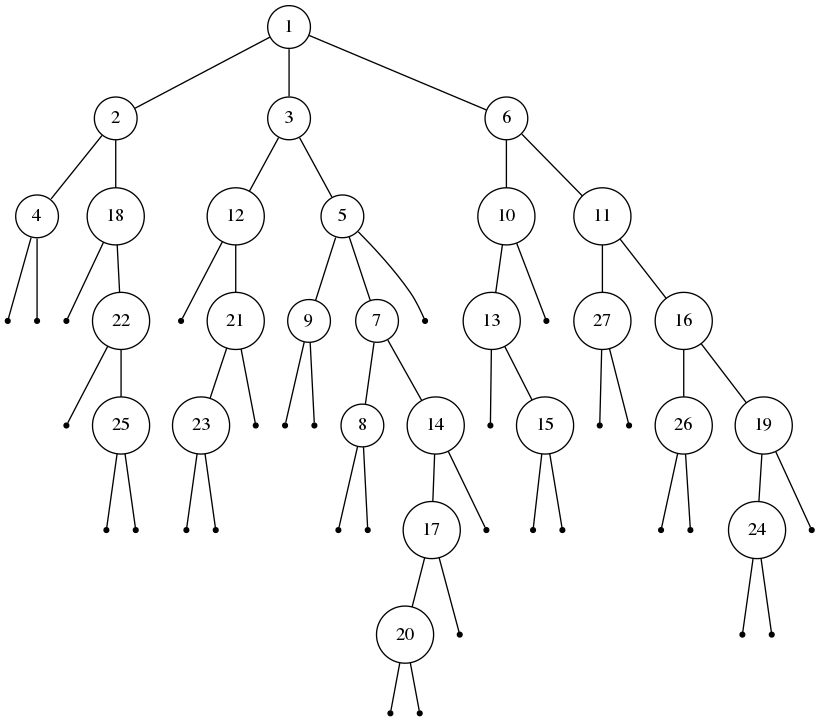
Earlier version of the Graphviz export tree/test7.png (Shaolans/Projet_AAGA). Its source is kept beside it as tree/test7.dot.
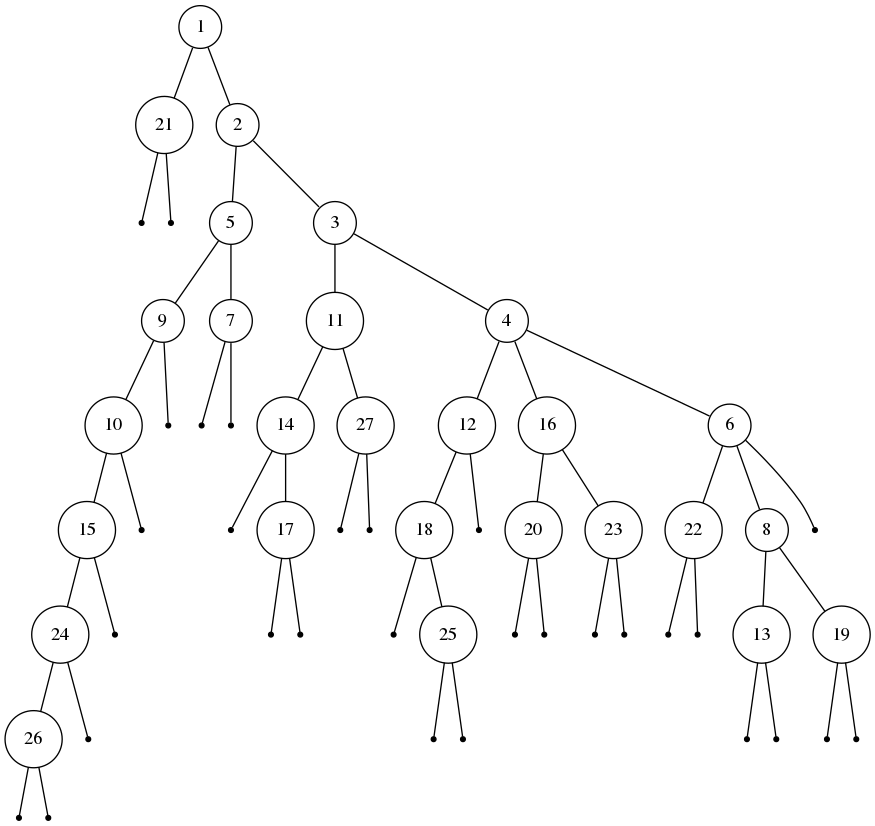
The same diagram one commit later.

Diff of the diagram source:
```diff
@@ -3,112 +3,112 @@
 treeimplementationSchroderTreeImpl7d4991ad [label="1", shape=circle, width=0.1];
 treeimplementationSchroderTreeImpl7d4991ad -> treeimplementationSchroderTreeImpl28d93b30;
 treeimplementationSchroderTreeImpl7d4991ad -> treeimplementationSchroderTreeImpl1b6d3586;
-treeimplementationSchroderTreeImpl7d4991ad -> treeimplementationSchroderTreeImpl4554617c;
-treeimplementationSchroderTreeImpl28d93b30 [label="8", shape=circle, width=0.1];
+treeimplementationSchroderTreeImpl28d93b30 [label="2", shape=circle, width=0.1];
+treeimplementationSchroderTreeImpl28d93b30 -> treeimplementationSchroderTreeImpl4554617c;
 treeimplementationSchroderTreeImpl28d93b30 -> treeimplementationSchroderTreeImpl74a14482;
 treeimplementationSchroderTreeImpl28d93b30 -> treeimplementationSchroderTreeImpl1540e19d;
-treeimplementationSchroderTreeImpl74a14482 [label="11", shape=circle, width=0.1];
-treeimplementationSchroderTreeImpl74a14482 -> treeimplementationSchroderTreeImpl677327b6;
-treeimplementationSchroderTreeImpl74a14482 -> treeimplementationSchroderTreeImpl14ae5a5;
-treeimplementationSchroderTreeImpl677327b6 [label="25", shape=circle, width=0.1];
+treeimplementationSchroderTreeImpl4554617c [label="6", shape=circle, width=0.1];
+treeimplementationSchroderTreeImpl4554617c -> treeimplementationSchroderTreeImpl677327b6;
+treeimplementationSchroderTreeImpl4554617c -> treeimplementationSchroderTreeImpl14ae5a5;
+treeimplementationSchroderTreeImpl677327b6 [label="10", shape=circle, width=0.1];
 treeimplementationSchroderTreeImpl677327b6 -> treeimplementationSchroderTreeImpl7f31245a;
 treeimplementationSchroderTreeImpl677327b6 -> treeimplementationSchroderTreeImpl6d6f6e28;
 treeimplementationSchroderTreeImpl7f31245a [label="", shape=point];
-treeimplementationSchroderTreeImpl6d6f6e28 [label="", shape=point];
-treeimplementationSchroderTreeImpl14ae5a5 [label="26", shape=circle, width=0.1];
-treeimplementationSchroderTreeImpl14ae5a5 -> treeimplementationSchroderTreeImpl135fbaa4;
-treeimplementationSchroderTreeImpl14ae5a5 -> treeimplementationSchroderTreeImpl45ee12a7;
+treeimplementationSchroderTreeImpl6d6f6e28 [label="12", shape=circle, width=0.1];
+treeimplementationSchroderTreeImpl6d6f6e28 -> treeimplementationSchroderTreeImpl135fbaa4;
+treeimplementationSchroderTreeImpl6d6f6e28 -> treeimplementationSchroderTreeImpl45ee12a7;
 treeimplementationSchroderTreeImpl135fbaa4 [label="", shape=point];
 treeimplementationSchroderTreeImpl45ee12a7 [label="", shape=point];
-treeimplementationSchroderTreeImpl1540e19d [label="24", shape=circle, width=0.1];
-treeimplementationSchroderTreeImpl1540e19d -> treeimplementationSchroderTreeImpl330bedb4;
-treeimplementationSchroderTreeImpl1540e19d -> treeimplementationSchroderTreeImpl2503dbd3;
+treeimplementationSchroderTreeImpl14ae5a5 [label="20", shape=circle, width=0.1];
+treeimplementationSchroderTreeImpl14ae5a5 -> treeimplementationSchroderTreeImpl330bedb4;
+treeimplementationSchroderTreeImpl14ae5a5 -> treeimplementationSchroderTreeImpl2503dbd3;
 treeimplementationSchroderTreeImpl330bedb4 [label="", shape=point];
 treeimplementationSchroderTreeImpl2503dbd3 [label="", shape=point];
-treeimplementationSchroderTreeImpl1b6d3586 [label="2", shape=circle, width=0.1];
-treeimplementationSchroderTreeImpl1b6d3586 -> treeimplementationSchroderTreeImpl4b67cf4d;
-treeimplementationSchroderTreeImpl1b6d3586 -> treeimplementationSchroderTreeImpl7ea987ac;
-treeimplementationSchroderTreeImpl1b6d3586 -> treeimplementationSchroderTreeImpl12a3a380;
-treeimplementationSchroderTreeImpl1b6d3586 -> treeimplementationSchroderTreeImpl29453f44;
-treeimplementationSchroderTreeImpl4b67cf4d [label="9", shape=circle, width=0.1];
-treeimplementationSchroderTreeImpl4b67cf4d -> treeimplementationSchroderTreeImpl5cad8086;
-treeimplementationSchroderTreeImpl4b67cf4d -> treeimplementationSchroderTreeImpl6e0be858;
-treeimplementationSchroderTreeImpl5cad8086 [label="15", shape=circle, width=0.1];
+treeimplementationSchroderTreeImpl74a14482 [label="13", shape=circle, width=0.1];
+treeimplementationSchroderTreeImpl74a14482 -> treeimplementationSchroderTreeImpl4b67cf4d;
+treeimplementationSchroderTreeImpl74a14482 -> treeimplementationSchroderTreeImpl7ea987ac;
+treeimplementationSchroderTreeImpl4b67cf4d [label="", shape=point];
+treeimplementationSchroderTreeImpl7ea987ac [label="14", shape=circle, width=0.1];
+treeimplementationSchroderTreeImpl7ea987ac -> treeimplementationSchroderTreeImpl12a3a380;
+treeimplementationSchroderTreeImpl7ea987ac -> treeimplementationSchroderTreeImpl29453f44;
+treeimplementationSchroderTreeImpl12a3a380 [label="", shape=point];
+treeimplementationSchroderTreeImpl29453f44 [label="", shape=point];
+treeimplementationSchroderTreeImpl1540e19d [label="3", shape=circle, width=0.1];
+treeimplementationSchroderTreeImpl1540e19d -> treeimplementationSchroderTreeImpl5cad8086;
+treeimplementationSchroderTreeImpl1540e19d -> treeimplementationSchroderTreeImpl6e0be858;
+treeimplementationSchroderTreeImpl5cad8086 [label="4", shape=circle, width=0.1];
 treeimplementationSchroderTreeImpl5cad8086 -> treeimplementationSchroderTreeImpl61bbe9ba;
 treeimplementationSchroderTreeImpl5cad8086 -> treeimplementationSchroderTreeImpl610455d6;
-treeimplementationSchroderTreeImpl61bbe9ba [label="", shape=point];
-treeimplementationSchroderTreeImpl610455d6 [label="", shape=point];
-treeimplementationSchroderTreeImpl6e0be858 [label="21", shape=circle, width=0.1];
-treeimplementationSchroderTreeImpl6e0be858 -> treeimplementationSchroderTreeImpl511d50c0;
-treeimplementationSchroderTreeImpl6e0be858 -> treeimplementationSchroderTreeImpl60e53b93;
+treeimplementationSchroderTreeImpl61bbe9ba [label="9", shape=circle, width=0.1];
+treeimplementationSchroderTreeImpl61bbe9ba -> treeimplementationSchroderTreeImpl511d50c0;
+treeimplementationSchroderTreeImpl61bbe9ba -> treeimplementationSchroderTreeImpl60e53b93;
 treeimplementationSchroderTreeImpl511d50c0 [label="", shape=point];
-treeimplementationSchroderTreeImpl60e53b93 [label="", shape=point];
-treeimplementationSchroderTreeImpl7ea987ac [label="", shape=point];
-treeimplementationSchroderTreeImpl12a3a380 [label="7", shape=circle, width=0.1];
-treeimplementationSchroderTreeImpl12a3a380 -> treeimplementationSchroderTreeImpl5e2de80c;
-treeimplementationSchroderTreeImpl12a3a380 -> treeimplementationSchroderTreeImpl1d44bcfa;
+treeimplementationSchroderTreeImpl60e53b93 [label="17", shape=circle, width=0.1];
+treeimplementationSchroderTreeImpl60e53b93 -> treeimplementationSchroderTreeImpl5e2de80c;
+treeimplementationSchroderTreeImpl60e53b93 -> treeimplementationSchroderTreeImpl1d44bcfa;
 treeimplementationSchroderTreeImpl5e2de80c [label="", shape=point];
 treeimplementationSchroderTreeImpl1d44bcfa [label="", shape=point];
-treeimplementationSchroderTreeImpl29453f44 [label="3", shape=circle, width=0.1];
-treeimplementationSchroderTreeImpl29453f44 -> treeimplementationSchroderTreeImpl266474c2;
-treeimplementationSchroderTreeImpl29453f44 -> treeimplementationSchroderTreeImpl6f94fa3e;
-treeimplementationSchroderTreeImpl266474c2 [label="4", shape=circle, width=0.1];
-treeimplementationSchroderTreeImpl266474c2 -> treeimplementationSchroderTreeImpl5e481248;
-treeimplementationSchroderTreeImpl266474c2 -> treeimplementationSchroderTreeImpl66d3c617;
-treeimplementationSchroderTreeImpl5e481248 [label="", shape=point];
-treeimplementationSchroderTreeImpl66d3c617 [label="10", shape=circle, width=0.1];
-treeimplementationSchroderTreeImpl66d3c617 -> treeimplementationSchroderTreeImpl63947c6b;
-treeimplementationSchroderTreeImpl66d3c617 -> treeimplementationSchroderTreeImpl2b193f2d;
-treeimplementationSchroderTreeImpl63947c6b [label="12", shape=circle, width=0.1];
-treeimplementationSchroderTreeImpl63947c6b -> treeimplementationSchroderTreeImpl355da254;
-treeimplementationSchroderTreeImpl63947c6b -> treeimplementationSchroderTreeImpl4dc63996;
+treeimplementationSchroderTreeImpl610455d6 [label="8", shape=circle, width=0.1];
+treeimplementationSchroderTreeImpl610455d6 -> treeimplementationSchroderTreeImpl266474c2;
+treeimplementationSchroderTreeImpl610455d6 -> treeimplementationSchroderTreeImpl6f94fa3e;
+treeimplementationSchroderTreeImpl266474c2 [label="", shape=point];
+treeimplementationSchroderTreeImpl6f94fa3e [label="11", shape=circle, width=0.1];
+treeimplementationSchroderTreeImpl6f94fa3e -> treeimplementationSchroderTreeImpl5e481248;
+treeimplementationSchroderTreeImpl6f94fa3e -> treeimplementationSchroderTreeImpl66d3c617;
+treeimplementationSchroderTreeImpl5e481248 [label="19", shape=circle, width=0.1];
+treeimplementationSchroderTreeImpl5e481248 -> treeimplementationSchroderTreeImpl63947c6b;
+treeimplementationSchroderTreeImpl5e481248 -> treeimplementationSchroderTreeImpl2b193f2d;
+treeimplementationSchroderTreeImpl5e481248 -> treeimplementationSchroderTreeImpl355da254;
+treeimplementationSchroderTreeImpl63947c6b [label="", shape=point];
+treeimplementationSchroderTreeImpl2b193f2d [label="22", shape=circle, width=0.1];
+treeimplementationSchroderTreeImpl2b193f2d -> treeimplementationSchroderTreeImpl4dc63996;
+treeimplementationSchroderTreeImpl2b193f2d -> treeimplementationSchroderTreeImpld716361;
+treeimplementationSchroderTreeImpl4dc63996 [label="", shape=point];
+treeimplementationSchroderTreeImpld716361 [label="", shape=point];
 treeimplementationSchroderTreeImpl355da254 [label="", shape=point];
-treeimplementationSchroderTreeImpl4dc63996 [label="", shape=point];
-treeimplementationSchroderTreeImpl2b193f2d [label="14", shape=circle, width=0.1];
-treeimplementationSchroderTreeImpl2b193f2d -> treeimplementationSchroderTreeImpld716361;
-treeimplementationSchroderTreeImpl2b193f2d -> treeimplementationSchroderTreeImpl6ff3c5b5;
-treeimplementationSchroderTreeImpld716361 [label="", shape=point];
-treeimplementationSchroderTreeImpl6ff3c5b5 [label="19", shape=circle, width=0.1];
-treeimplementationSchroderTreeImpl6ff3c5b5 -> treeimplementationSchroderTreeImpl3764951d;
+treeimplementationSchroderTreeImpl66d3c617 [label="", shape=point];
+treeimplementationSchroderTreeImpl6e0be858 [label="15", shape=circle, width=0.1];
+treeimplementationSchroderTreeImpl6e0be858 -> treeimplementationSchroderTreeImpl6ff3c5b5;
+treeimplementationSchroderTreeImpl6e0be858 -> treeimplementationSchroderTreeImpl3764951d;
+treeimplementationSchroderTreeImpl6ff3c5b5 [label="16", shape=circle, width=0.1];
 treeimplementationSchroderTreeImpl6ff3c5b5 -> treeimplementationSchroderTreeImpl4b1210ee;
-treeimplementationSchroderTreeImpl3764951d [label="", shape=point];
+treeimplementationSchroderTreeImpl6ff3c5b5 -> treeimplementationSchroderTreeImpl4d7e1886;
 treeimplementationSchroderTreeImpl4b1210ee [label="", shape=point];
-treeimplementationSchroderTreeImpl6f94fa3e [label="23", shape=circle, width=0.1];
-treeimplementationSchroderTreeImpl6f94fa3e -> treeimplementationSchroderTreeImpl4d7e1886;
-treeimplementationSchroderTreeImpl6f94fa3e -> treeimplementationSchroderTreeImpl3cd1a2f1;
-treeimplementationSchroderTreeImpl4d7e1886 [label="", shape=point];
+treeimplementationSchroderTreeImpl4d7e1886 [label="21", shape=circle, width=0.1];
+treeimplementationSchroderTreeImpl4d7e1886 -> treeimplementationSchroderTreeImpl3cd1a2f1;
+treeimplementationSchroderTreeImpl4d7e1886 -> treeimplementationSchroderTreeImpl2f0e140b;
 treeimplementationSchroderTreeImpl3cd1a2f1 [label="", shape=point];
-treeimplementationSchroderTreeImpl4554617c [label="5", shape=circle, width=0.1];
-treeimplementationSchroderTreeImpl4554617c -> treeimplementationSchroderTreeImpl2f0e140b;
-treeimplementationSchroderTreeImpl4554617c -> treeimplementationSchroderTreeImpl7440e464;
-treeimplementationSchroderTreeImpl2f0e140b [label="6", shape=circle, width=0.1];
+treeimplementationSchroderTreeImpl2f0e140b [label="23", shape=circle, width=0.1];
+treeimplementationSchroderTreeImpl2f0e140b -> treeimplementationSchroderTreeImpl7440e464;
 treeimplementationSchroderTreeImpl2f0e140b -> treeimplementationSchroderTreeImpl49476842;
 treeimplementationSchroderTreeImpl2f0e140b -> treeimplementationSchroderTreeImpl78308db1;
+treeimplementationSchroderTreeImpl7440e464 [label="", shape=point];
 treeimplementationSchroderTreeImpl49476842 [label="", shape=point];
-treeimplementationSchroderTreeImpl78308db1 [label="13", shape=circle, width=0.1];
-treeimplementationSchroderTreeImpl78308db1 -> treeimplementationSchroderTreeImpl27c170f0;
-treeimplementationSchroderTreeImpl78308db1 -> treeimplementationSchroderTreeImpl5451c3a8;
-treeimplementationSchroderTreeImpl27c170f0 [label="", shape=point];
-treeimplementationSchroderTreeImpl5451c3a8 [label="16", shape=circle, width=0.1];
-treeimplementationSchroderTreeImpl5451c3a8 -> treeimplementationSchroderTreeImpl2626b418;
-treeimplementationSchroderTreeImpl5451c3a8 -> treeimplementationSchroderTreeImpl5a07e868;
-treeimplementationSchroderTreeImpl2626b418 [label="18", shape=circle, width=0.1];
-treeimplementationSchroderTreeImpl2626b418 -> treeimplementationSchroderTreeImpl76ed5528;
-treeimplementationSchroderTreeImpl2626b418 -> treeimplementationSchroderTreeImpl2c7b84de;
+treeimplementationSchroderTreeImpl78308db1 [label="", shape=point];
+treeimplementationSchroderTreeImpl3764951d [label="24", shape=circle, width=0.1];
+treeimplementationSchroderTreeImpl3764951d -> treeimplementationSchroderTreeImpl27c170f0;
+treeimplementationSchroderTreeImpl3764951d -> treeimplementationSchroderTreeImpl5451c3a8;
+treeimplementationSchroderTreeImpl27c170f0 [label="25", shape=circle, width=0.1];
+treeimplementationSchroderTreeImpl27c170f0 -> treeimplementationSchroderTreeImpl2626b418;
+treeimplementationSchroderTreeImpl27c170f0 -> treeimplementationSchroderTreeImpl5a07e868;
+treeimplementationSchroderTreeImpl2626b418 [label="", shape=point];
+treeimplementationSchroderTreeImpl5a07e868 [label="", shape=point];
+treeimplementationSchroderTreeImpl5451c3a8 [label="", shape=point];
+treeimplementationSchroderTreeImpl1b6d3586 [label="5", shape=circle, width=0.1];
+treeimplementationSchroderTreeImpl1b6d3586 -> treeimplementationSchroderTreeImpl76ed5528;
+treeimplementationSchroderTreeImpl1b6d3586 -> treeimplementationSchroderTreeImpl2c7b84de;
 treeimplementationSchroderTreeImpl76ed5528 [label="", shape=point];
-treeimplementationSchroderTreeImpl2c7b84de [label="22", shape=circle, width=0.1];
+treeimplementationSchroderTreeImpl2c7b84de [label="7", shape=circle, width=0.1];
 treeimplementationSchroderTreeImpl2c7b84de -> treeimplementationSchroderTreeImpl3fee733d;
 treeimplementationSchroderTreeImpl2c7b84de -> treeimplementationSchroderTreeImpl5acf9800;
 treeimplementationSchroderTreeImpl3fee733d [label="", shape=point];
-treeimplementationSchroderTreeImpl5acf9800 [label="", shape=point];
-treeimplementationSchroderTreeImpl5a07e868 [label="17", shape=circle, width=0.1];
-treeimplementationSchroderTreeImpl5a07e868 -> treeimplementationSchroderTreeImpl4617c264;
-treeimplementationSchroderTreeImpl5a07e868 -> treeimplementationSchroderTreeImpl36baf30c;
-treeimplementationSchroderTreeImpl4617c264 [label="20", shape=circle, width=0.1];
-treeimplementationSchroderTreeImpl4617c264 -> treeimplementationSchroderTreeImpl7a81197d;
-treeimplementationSchroderTreeImpl4617c264 -> treeimplementationSchroderTreeImpl5ca881b5;
+treeimplementationSchroderTreeImpl5acf9800 [label="18", shape=circle, width=0.1];
+treeimplementationSchroderTreeImpl5acf9800 -> treeimplementationSchroderTreeImpl4617c264;
+treeimplementationSchroderTreeImpl5acf9800 -> treeimplementationSchroderTreeImpl36baf30c;
+treeimplementationSchroderTreeImpl4617c264 [label="", shape=point];
+treeimplementationSchroderTreeImpl36baf30c [label="26", shape=circle, width=0.1];
+treeimplementationSchroderTreeImpl36baf30c -> treeimplementationSchroderTreeImpl7a81197d;
+treeimplementationSchroderTreeImpl36baf30c -> treeimplementationSchroderTreeImpl5ca881b5;
 treeimplementationSchroderTreeImpl7a81197d [label="", shape=point];
 treeimplementationSchroderTreeImpl5ca881b5 [label="", shape=point];
-treeimplementationSchroderTreeImpl36baf30c [label="", shape=point];
-treeimplementationSchroderTreeImpl7440e464 [label="", shape=point];
 }
```
